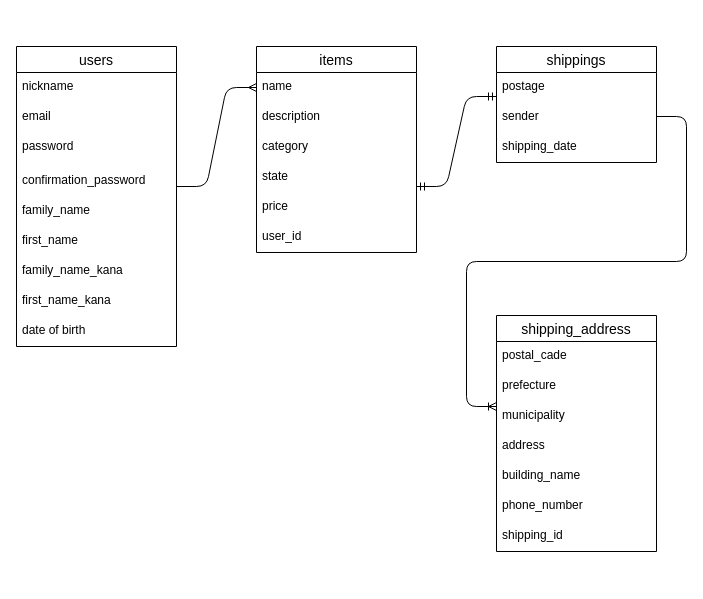
The draw.io diagram furima.dio in cacaoman/furima-31730, before the edit. Source tidied: cells renumbered, new cells numbered last; positions are measured from the earlier drawing's top-left corner, leaving out a move shared by most shapes. Both pictures are drawn from the tidied source at 100%, with x=0, y=0 at pixel (16, 46).
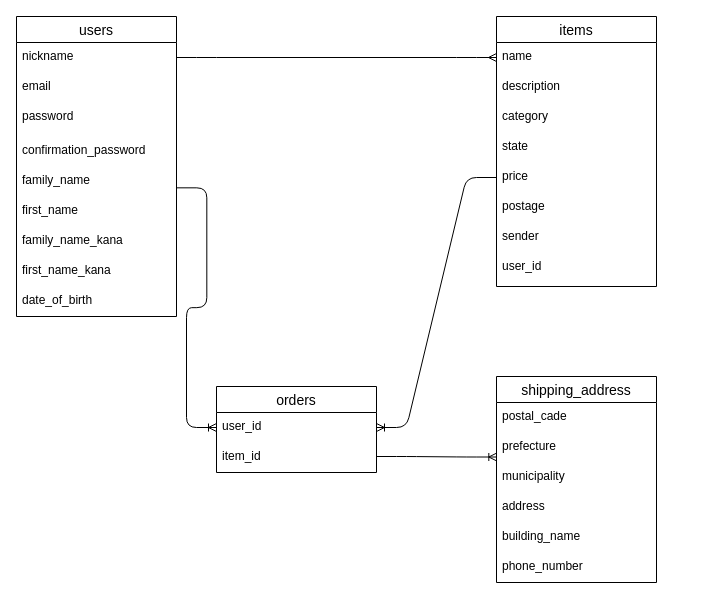
After the change.

Commit message (it also covers changes not shown here):
送料名変更(わかりづらいため)

The change refers to these unchanged cells:
```xml
<mxCell id="3" value="nickname&#10;&#10;" style="text;strokeColor=none;fillColor=none;spacingLeft=4;spacingRight=4;overflow=hidden;points=[[0,0.5],[1,0.5]];portConstraint=eastwest;fontSize=12;" parent="2" vertex="1">
  <mxGeometry y="26" width="160" height="30" as="geometry" />
</mxCell>
<mxCell id="7" value="family_name" style="text;strokeColor=none;fillColor=none;spacingLeft=4;spacingRight=4;overflow=hidden;points=[[0,0.5],[1,0.5]];portConstraint=eastwest;fontSize=12;" parent="2" vertex="1">
  <mxGeometry y="150" width="160" height="30" as="geometry" />
</mxCell>
<mxCell id="14" value="name&#10;&#10;" style="text;strokeColor=none;fillColor=none;spacingLeft=4;spacingRight=4;overflow=hidden;points=[[0,0.5],[1,0.5]];portConstraint=eastwest;fontSize=12;" parent="13" vertex="1">
  <mxGeometry y="26" width="160" height="30" as="geometry" />
</mxCell>
<mxCell id="18" value="price" style="text;strokeColor=none;fillColor=none;spacingLeft=4;spacingRight=4;overflow=hidden;points=[[0,0.5],[1,0.5]];portConstraint=eastwest;fontSize=12;" parent="13" vertex="1">
  <mxGeometry y="146" width="160" height="30" as="geometry" />
</mxCell>
<mxCell id="28" value="prefecture" style="text;strokeColor=none;fillColor=none;spacingLeft=4;spacingRight=4;overflow=hidden;points=[[0,0.5],[1,0.5]];portConstraint=eastwest;fontSize=12;" parent="26" vertex="1">
  <mxGeometry y="56" width="160" height="30" as="geometry" />
</mxCell>
```

Change to the diagram source:
```diff
@@
+    <mxCell id="12" style="edgeStyle=entityRelationEdgeStyle;fontSize=12;html=1;endArrow=ERmany;entryX=0;entryY=0.5;entryDx=0;entryDy=0;exitX=1;exitY=0.5;exitDx=0;exitDy=0;" parent="1" edge="1" source="3" target="14">
+      <mxGeometry relative="1" as="geometry" />
+    </mxCell>
     <mxCell id="2" value="users" style="swimlane;fontStyle=0;horizontal=1;startSize=26;align=center;fontSize=14;" parent="1" vertex="1">
-      <mxGeometry width="160" height="300" as="geometry" />
+      <mxGeometry y="-30" width="160" height="300" as="geometry" />
     </mxCell>
@@
-    <mxCell id="11" value="date of birth" style="text;strokeColor=none;fillColor=none;spacingLeft=4;spacingRight=4;overflow=hidden;fontSize=12;" parent="2" vertex="1">
+    <mxCell id="11" value="date_of_birth" style="text;strokeColor=none;fillColor=none;spacingLeft=4;spacingRight=4;overflow=hidden;fontSize=12;" parent="2" vertex="1">
       <mxGeometry y="270" width="160" height="30" as="geometry" />
     </mxCell>
-    <mxCell id="12" style="edgeStyle=entityRelationEdgeStyle;fontSize=12;html=1;endArrow=ERmany;entryX=0;entryY=0.5;entryDx=0;entryDy=0;" parent="1" edge="1" target="14">
-      <mxGeometry relative="1" as="geometry">
-        <mxPoint x="160" y="140" as="sourcePoint" />
-      </mxGeometry>
-    </mxCell>
     <mxCell id="13" value="items" style="swimlane;fontStyle=0;horizontal=1;startSize=26;align=center;fontSize=14;" parent="1" vertex="1">
-      <mxGeometry x="240" width="160" height="206" as="geometry" />
+      <mxGeometry x="480" y="-30" width="160" height="270" as="geometry" />
     </mxCell>
@@
-    <mxCell id="19" value="user_id" style="text;strokeColor=none;fillColor=none;spacingLeft=4;spacingRight=4;overflow=hidden;fontSize=12;" parent="13" vertex="1">
-      <mxGeometry y="176" width="160" height="30" as="geometry" />
-    </mxCell>
-    <mxCell id="20" value="shippings" style="swimlane;fontStyle=0;horizontal=1;startSize=26;align=center;fontSize=14;" parent="1" vertex="1">
-      <mxGeometry x="480" width="160" height="116" as="geometry" />
-    </mxCell>
-    <mxCell id="21" value="postage" style="text;strokeColor=none;fillColor=none;spacingLeft=4;spacingRight=4;overflow=hidden;points=[[0,0.5],[1,0.5]];portConstraint=eastwest;fontSize=12;" parent="20" vertex="1">
-      <mxGeometry y="26" width="160" height="30" as="geometry" />
+    <mxCell id="21" value="postage" style="text;strokeColor=none;fillColor=none;spacingLeft=4;spacingRight=4;overflow=hidden;points=[[0,0.5],[1,0.5]];portConstraint=eastwest;fontSize=12;" parent="13" vertex="1">
+      <mxGeometry y="176" width="160" height="30" as="geometry" />
     </mxCell>
-    <mxCell id="22" value="sender" style="text;strokeColor=none;fillColor=none;spacingLeft=4;spacingRight=4;overflow=hidden;fontSize=12;" parent="20" vertex="1">
-      <mxGeometry y="56" width="160" height="30" as="geometry" />
+    <mxCell id="22" value="sender" style="text;strokeColor=none;fillColor=none;spacingLeft=4;spacingRight=4;overflow=hidden;fontSize=12;" parent="13" vertex="1">
+      <mxGeometry y="206" width="160" height="30" as="geometry" />
     </mxCell>
-    <mxCell id="23" value="shipping_date" style="text;strokeColor=none;fillColor=none;spacingLeft=4;spacingRight=4;overflow=hidden;fontSize=12;" parent="20" vertex="1">
-      <mxGeometry y="86" width="160" height="30" as="geometry" />
-    </mxCell>
-    <mxCell id="24" style="edgeStyle=entityRelationEdgeStyle;fontSize=12;html=1;endArrow=ERmandOne;startArrow=ERmandOne;entryX=0;entryY=0.8;entryDx=0;entryDy=0;entryPerimeter=0;" parent="1" edge="1" target="21">
-      <mxGeometry relative="1" as="geometry">
-        <mxPoint x="400" y="140" as="sourcePoint" />
-      </mxGeometry>
-    </mxCell>
-    <mxCell id="25" style="edgeStyle=entityRelationEdgeStyle;fontSize=12;html=1;endArrow=ERoneToMany;" parent="1" edge="1">
-      <mxGeometry relative="1" as="geometry">
-        <mxPoint x="640" y="70" as="sourcePoint" />
-        <mxPoint x="480" y="360" as="targetPoint" />
-      </mxGeometry>
-    </mxCell>
+    <mxCell id="19" value="user_id" style="text;strokeColor=none;fillColor=none;spacingLeft=4;spacingRight=4;overflow=hidden;fontSize=12;" parent="13" vertex="1">
+      <mxGeometry y="236" width="160" height="34" as="geometry" />
+    </mxCell>
     <mxCell id="26" value="shipping_address" style="swimlane;fontStyle=0;horizontal=1;startSize=26;align=center;fontSize=14;" parent="1" vertex="1">
-      <mxGeometry x="480" y="269" width="160" height="236" as="geometry" />
+      <mxGeometry x="480" y="330" width="160" height="206" as="geometry" />
     </mxCell>
@@
-    <mxCell id="33" value="shipping_id" style="text;strokeColor=none;fillColor=none;spacingLeft=4;spacingRight=4;overflow=hidden;fontSize=12;" parent="26" vertex="1">
-      <mxGeometry y="206" width="160" height="30" as="geometry" />
-    </mxCell>
+    <mxCell id="34" value="orders" style="swimlane;fontStyle=0;horizontal=1;startSize=26;align=center;fontSize=14;" parent="1" vertex="1">
+      <mxGeometry x="200" y="340" width="160" height="86" as="geometry" />
+    </mxCell>
+    <mxCell id="35" value="user_id" style="text;strokeColor=none;fillColor=none;spacingLeft=4;spacingRight=4;overflow=hidden;points=[[0,0.5],[1,0.5]];portConstraint=eastwest;fontSize=12;" parent="34" vertex="1">
+      <mxGeometry y="26" width="160" height="30" as="geometry" />
+    </mxCell>
+    <mxCell id="36" value="item_id" style="text;strokeColor=none;fillColor=none;spacingLeft=4;spacingRight=4;overflow=hidden;fontSize=12;" parent="34" vertex="1">
+      <mxGeometry y="56" width="160" height="30" as="geometry" />
+    </mxCell>
+    <mxCell id="37" style="edgeStyle=entityRelationEdgeStyle;fontSize=12;html=1;endArrow=ERoneToMany;exitX=1.002;exitY=0.711;exitDx=0;exitDy=0;exitPerimeter=0;entryX=0;entryY=0.5;entryDx=0;entryDy=0;" parent="1" edge="1" source="7" target="35">
+      <mxGeometry relative="1" as="geometry" />
+    </mxCell>
+    <mxCell id="38" style="edgeStyle=entityRelationEdgeStyle;fontSize=12;html=1;endArrow=ERoneToMany;" parent="1" edge="1" source="18" target="35">
+      <mxGeometry relative="1" as="geometry" />
+    </mxCell>
+    <mxCell id="39" style="edgeStyle=entityRelationEdgeStyle;fontSize=12;html=1;endArrow=ERoneToMany;entryX=0.002;entryY=0.817;entryDx=0;entryDy=0;entryPerimeter=0;" parent="1" edge="1" target="28">
+      <mxGeometry relative="1" as="geometry">
+        <mxPoint x="360" y="410" as="sourcePoint" />
+      </mxGeometry>
+    </mxCell>
```
